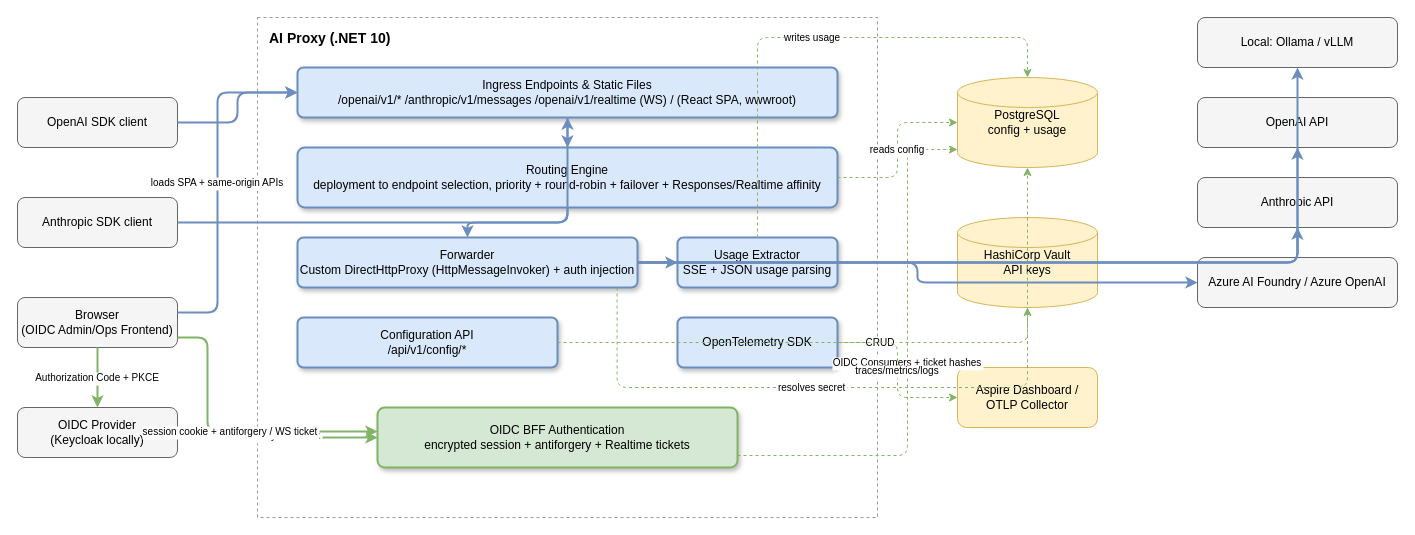
Earlier version of the draw.io diagram specs/architecture/diagrams/01-high-level-architecture.drawio (azureholic/AIProxyPlus). Source tidied: cells renumbered, new cells numbered last; positions are measured from the earlier drawing's top-left corner, leaving out a move shared by most shapes. Both pictures are drawn from the tidied source at 100%, with x=0, y=0 at pixel (17, 17).
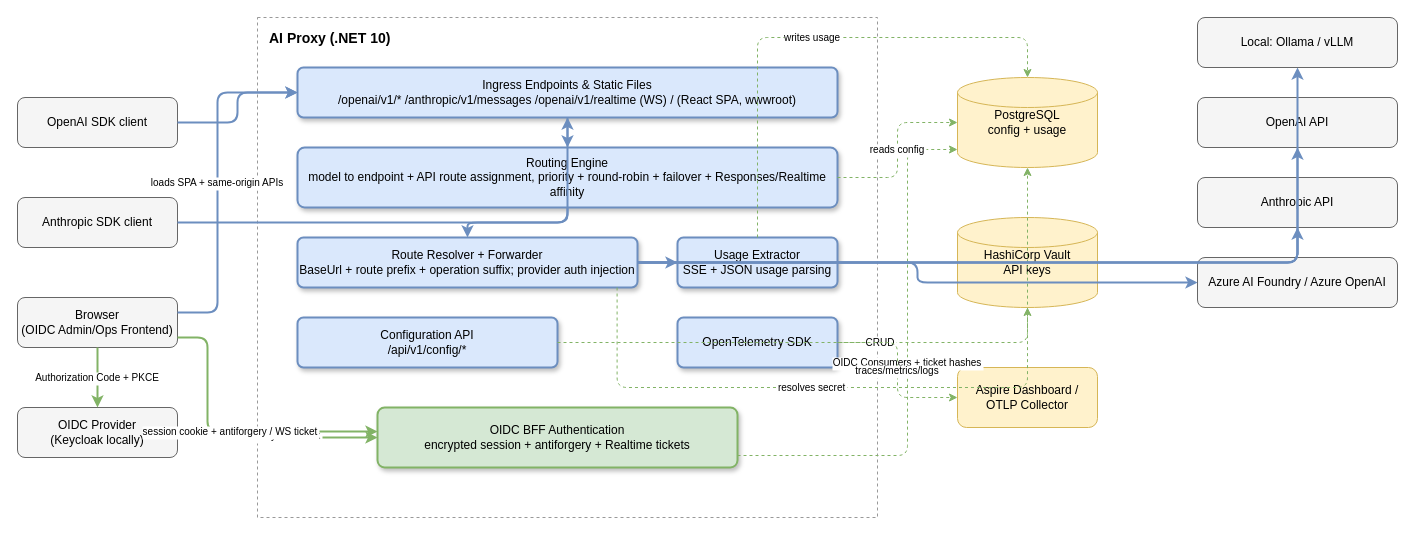
Above is the later version.

Change to the diagram source:
```diff
@@
-    <mxCell id="8" value="Routing Engine&#10;deployment to endpoint selection, priority + round-robin + failover + Responses/Realtime affinity" style="rounded=1;whiteSpace=wrap;html=1;fillColor=#dae8fc;strokeColor=#6c8ebf;strokeWidth=2;arcSize=12;shadow=1;" parent="1" vertex="1">
+    <mxCell id="8" value="Routing Engine&#10;model to endpoint + API route assignment, priority + round-robin + failover + Responses/Realtime affinity" style="rounded=1;whiteSpace=wrap;html=1;fillColor=#dae8fc;strokeColor=#6c8ebf;strokeWidth=2;arcSize=12;shadow=1;" parent="1" vertex="1">
       <mxGeometry x="280" y="130" width="540" height="60" as="geometry" />
     </mxCell>
-    <mxCell id="9" value="Forwarder&#10;Custom DirectHttpProxy (HttpMessageInvoker) + auth injection" style="rounded=1;whiteSpace=wrap;html=1;fillColor=#dae8fc;strokeColor=#6c8ebf;strokeWidth=2;arcSize=12;shadow=1;" parent="1" vertex="1">
+    <mxCell id="9" value="Route Resolver + Forwarder&#10;BaseUrl + route prefix + operation suffix; provider auth injection" style="rounded=1;whiteSpace=wrap;html=1;fillColor=#dae8fc;strokeColor=#6c8ebf;strokeWidth=2;arcSize=12;shadow=1;" parent="1" vertex="1">
       <mxGeometry x="280" y="220" width="340" height="50" as="geometry" />
     </mxCell>
```
